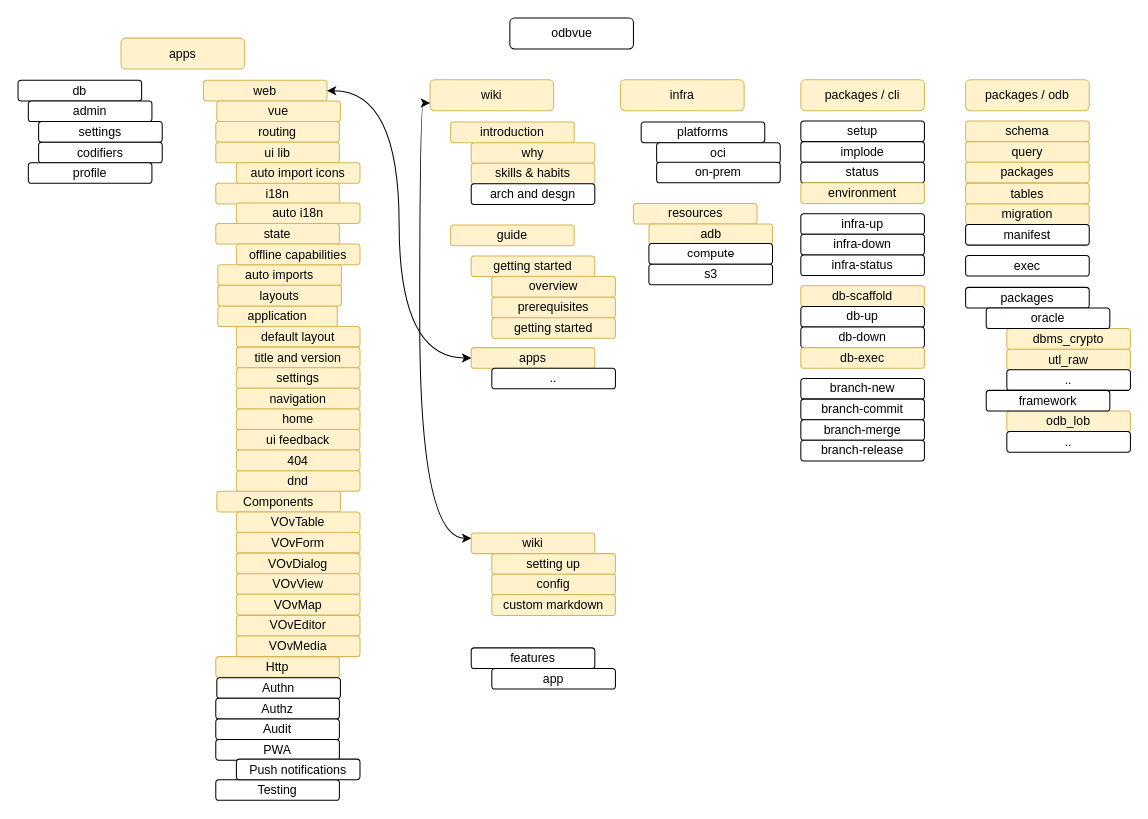
odbvue/odbvue keeps this draw.io diagram as wiki/roadmap.drawio. Above is the earlier version. Source tidied: cells renumbered, new cells numbered last; positions are measured from the earlier drawing's top-left corner, leaving out a move shared by most shapes. Both pictures are drawn from the tidied source at 103%, with x=0, y=0 at pixel (18, 18).
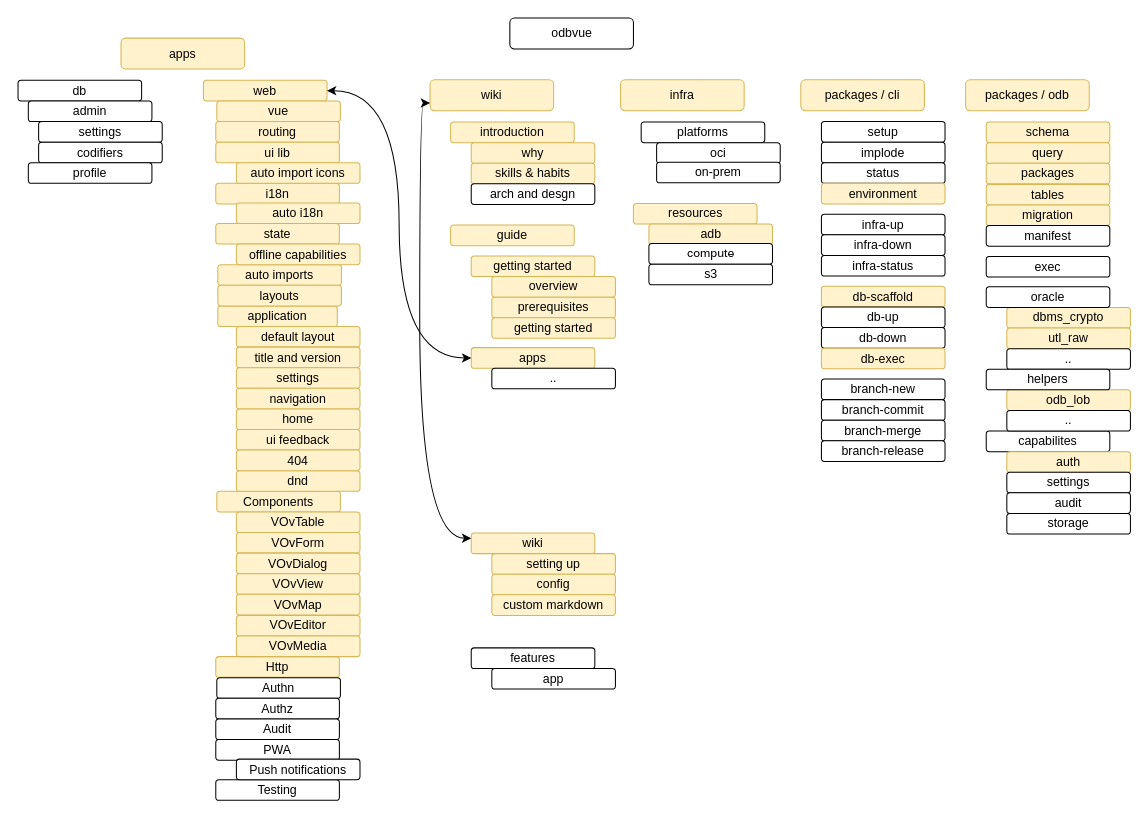
After the change.

Change to the diagram source:
```diff
@@
     <mxCell id="8" value="setup" style="rounded=1;whiteSpace=wrap;html=1;" parent="1" vertex="1">
-      <mxGeometry x="760" y="100" width="120" height="20" as="geometry" />
+      <mxGeometry x="780" y="100.5" width="120" height="20" as="geometry" />
     </mxCell>
     <mxCell id="9" value="implode" style="rounded=1;whiteSpace=wrap;html=1;" parent="1" vertex="1">
-      <mxGeometry x="760" y="120" width="120" height="20" as="geometry" />
+      <mxGeometry x="780" y="120.5" width="120" height="20" as="geometry" />
     </mxCell>
     <mxCell id="10" value="status" style="rounded=1;whiteSpace=wrap;html=1;" parent="1" vertex="1">
-      <mxGeometry x="760" y="140" width="120" height="20" as="geometry" />
+      <mxGeometry x="780" y="140.5" width="120" height="20" as="geometry" />
     </mxCell>
     <mxCell id="11" value="infra-up" style="rounded=1;whiteSpace=wrap;html=1;" parent="1" vertex="1">
-      <mxGeometry x="760" y="190" width="120" height="20" as="geometry" />
+      <mxGeometry x="780" y="190.5" width="120" height="20" as="geometry" />
     </mxCell>
     <mxCell id="12" value="infra-down" style="rounded=1;whiteSpace=wrap;html=1;" parent="1" vertex="1">
-      <mxGeometry x="760" y="210" width="120" height="20" as="geometry" />
+      <mxGeometry x="780" y="210.5" width="120" height="20" as="geometry" />
     </mxCell>
     <mxCell id="13" value="infra-status" style="rounded=1;whiteSpace=wrap;html=1;" parent="1" vertex="1">
-      <mxGeometry x="760" y="230" width="120" height="20" as="geometry" />
+      <mxGeometry x="780" y="230.5" width="120" height="20" as="geometry" />
     </mxCell>
     <mxCell id="14" value="db-scaffold" style="rounded=1;whiteSpace=wrap;html=1;fillColor=#fff2cc;strokeColor=#d6b656;" parent="1" vertex="1">
-      <mxGeometry x="760" y="260" width="120" height="20" as="geometry" />
+      <mxGeometry x="780" y="260.5" width="120" height="20" as="geometry" />
     </mxCell>
     <mxCell id="15" value="db-up" style="rounded=1;whiteSpace=wrap;html=1;" parent="1" vertex="1">
-      <mxGeometry x="760" y="280" width="120" height="20" as="geometry" />
+      <mxGeometry x="780" y="280.5" width="120" height="20" as="geometry" />
     </mxCell>
     <mxCell id="16" value="db-down" style="rounded=1;whiteSpace=wrap;html=1;" parent="1" vertex="1">
-      <mxGeometry x="760" y="300" width="120" height="20" as="geometry" />
+      <mxGeometry x="780" y="300.5" width="120" height="20" as="geometry" />
     </mxCell>
     <mxCell id="17" value="environment" style="rounded=1;whiteSpace=wrap;html=1;fillColor=#fff2cc;strokeColor=#d6b656;" parent="1" vertex="1">
-      <mxGeometry x="760" y="160" width="120" height="20" as="geometry" />
+      <mxGeometry x="780" y="160.5" width="120" height="20" as="geometry" />
     </mxCell>
     <mxCell id="18" value="db-exec" style="rounded=1;whiteSpace=wrap;html=1;fillColor=#fff2cc;strokeColor=#d6b656;" parent="1" vertex="1">
-      <mxGeometry x="760" y="320" width="120" height="20" as="geometry" />
+      <mxGeometry x="780" y="320.5" width="120" height="20" as="geometry" />
     </mxCell>
     <mxCell id="19" value="branch-new" style="rounded=1;whiteSpace=wrap;html=1;" parent="1" vertex="1">
-      <mxGeometry x="760" y="350" width="120" height="20" as="geometry" />
+      <mxGeometry x="780" y="350.5" width="120" height="20" as="geometry" />
     </mxCell>
     <mxCell id="20" value="branch-commit" style="rounded=1;whiteSpace=wrap;html=1;" parent="1" vertex="1">
-      <mxGeometry x="760" y="370" width="120" height="20" as="geometry" />
+      <mxGeometry x="780" y="370.5" width="120" height="20" as="geometry" />
     </mxCell>
     <mxCell id="21" value="branch-merge" style="rounded=1;whiteSpace=wrap;html=1;" parent="1" vertex="1">
-      <mxGeometry x="760" y="390" width="120" height="20" as="geometry" />
+      <mxGeometry x="780" y="390.5" width="120" height="20" as="geometry" />
     </mxCell>
     <mxCell id="22" value="branch-release" style="rounded=1;whiteSpace=wrap;html=1;" parent="1" vertex="1">
-      <mxGeometry x="760" y="410" width="120" height="20" as="geometry" />
+      <mxGeometry x="780" y="410.5" width="120" height="20" as="geometry" />
     </mxCell>
     <mxCell id="23" value="schema" style="rounded=1;whiteSpace=wrap;html=1;fillColor=#fff2cc;strokeColor=#d6b656;" parent="1" vertex="1">
-      <mxGeometry x="920" y="100" width="120" height="20" as="geometry" />
+      <mxGeometry x="940" y="101" width="120" height="20" as="geometry" />
     </mxCell>
     <mxCell id="24" value="query" style="rounded=1;whiteSpace=wrap;html=1;fillColor=#fff2cc;strokeColor=#d6b656;" parent="1" vertex="1">
-      <mxGeometry x="920" y="120" width="120" height="20" as="geometry" />
+      <mxGeometry x="940" y="121" width="120" height="20" as="geometry" />
     </mxCell>
-    <mxCell id="25" value="packages" style="rounded=1;whiteSpace=wrap;html=1;" parent="1" vertex="1">
-      <mxGeometry x="920" y="261.5" width="120" height="20" as="geometry" />
+    <mxCell id="25" value="capabilites" style="rounded=1;whiteSpace=wrap;html=1;" parent="1" vertex="1">
+      <mxGeometry x="940" y="401" width="120" height="20" as="geometry" />
     </mxCell>
     <mxCell id="26" value="tables" style="rounded=1;whiteSpace=wrap;html=1;fillColor=#fff2cc;strokeColor=#d6b656;" parent="1" vertex="1">
-      <mxGeometry x="920" y="160.5" width="120" height="20" as="geometry" />
+      <mxGeometry x="940" y="161.5" width="120" height="20" as="geometry" />
     </mxCell>
     <mxCell id="27" value="migration" style="rounded=1;whiteSpace=wrap;html=1;fillColor=#fff2cc;strokeColor=#d6b656;" parent="1" vertex="1">
-      <mxGeometry x="920" y="180.5" width="120" height="20" as="geometry" />
+      <mxGeometry x="940" y="181.5" width="120" height="20" as="geometry" />
     </mxCell>
     <mxCell id="28" value="manifest" style="rounded=1;whiteSpace=wrap;html=1;" parent="1" vertex="1">
-      <mxGeometry x="920" y="200.5" width="120" height="20" as="geometry" />
+      <mxGeometry x="940" y="201.5" width="120" height="20" as="geometry" />
     </mxCell>
     <mxCell id="29" value="packages" style="rounded=1;whiteSpace=wrap;html=1;fillColor=#fff2cc;strokeColor=#d6b656;" parent="1" vertex="1">
-      <mxGeometry x="920" y="140" width="120" height="20" as="geometry" />
+      <mxGeometry x="940" y="141" width="120" height="20" as="geometry" />
     </mxCell>
     <mxCell id="30" value="exec" style="rounded=1;whiteSpace=wrap;html=1;" parent="1" vertex="1">
-      <mxGeometry x="920" y="230.5" width="120" height="20" as="geometry" />
+      <mxGeometry x="940" y="231.5" width="120" height="20" as="geometry" />
     </mxCell>
     <mxCell id="31" value="dbms_crypto" style="rounded=1;whiteSpace=wrap;html=1;fillColor=#fff2cc;strokeColor=#d6b656;" parent="1" vertex="1">
-      <mxGeometry x="960" y="301.5" width="120" height="20" as="geometry" />
+      <mxGeometry x="960" y="281" width="120" height="20" as="geometry" />
     </mxCell>
     <mxCell id="32" value="utl_raw" style="rounded=1;whiteSpace=wrap;html=1;fillColor=#fff2cc;strokeColor=#d6b656;" parent="1" vertex="1">
-      <mxGeometry x="960" y="321.5" width="120" height="20" as="geometry" />
+      <mxGeometry x="960" y="301" width="120" height="20" as="geometry" />
     </mxCell>
     <mxCell id="33" value=".." style="rounded=1;whiteSpace=wrap;html=1;" parent="1" vertex="1">
-      <mxGeometry x="960" y="341.5" width="120" height="20" as="geometry" />
+      <mxGeometry x="960" y="321" width="120" height="20" as="geometry" />
     </mxCell>
@@
     <mxCell id="100" value="oracle" style="rounded=1;whiteSpace=wrap;html=1;" parent="1" vertex="1">
-      <mxGeometry x="940" y="281.5" width="120" height="20" as="geometry" />
+      <mxGeometry x="940" y="261" width="120" height="20" as="geometry" />
     </mxCell>
     <mxCell id="101" value="odb_lob" style="rounded=1;whiteSpace=wrap;html=1;fillColor=#fff2cc;strokeColor=#d6b656;" parent="1" vertex="1">
-      <mxGeometry x="960" y="381.5" width="120" height="20" as="geometry" />
+      <mxGeometry x="960" y="361" width="120" height="20" as="geometry" />
     </mxCell>
     <mxCell id="102" value=".." style="rounded=1;whiteSpace=wrap;html=1;" parent="1" vertex="1">
-      <mxGeometry x="960" y="401.5" width="120" height="20" as="geometry" />
+      <mxGeometry x="960" y="381" width="120" height="20" as="geometry" />
     </mxCell>
-    <mxCell id="103" value="framework" style="rounded=1;whiteSpace=wrap;html=1;" parent="1" vertex="1">
-      <mxGeometry x="940" y="361.5" width="120" height="20" as="geometry" />
+    <mxCell id="103" value="helpers" style="rounded=1;whiteSpace=wrap;html=1;" parent="1" vertex="1">
+      <mxGeometry x="940" y="341" width="120" height="20" as="geometry" />
     </mxCell>
+    <mxCell id="104" value="auth" style="rounded=1;whiteSpace=wrap;html=1;fillColor=#fff2cc;strokeColor=#d6b656;" parent="1" vertex="1">
+      <mxGeometry x="960" y="421" width="120" height="20" as="geometry" />
+    </mxCell>
+    <mxCell id="105" value="settings" style="rounded=1;whiteSpace=wrap;html=1;" parent="1" vertex="1">
+      <mxGeometry x="960" y="441" width="120" height="20" as="geometry" />
+    </mxCell>
+    <mxCell id="106" value="audit" style="rounded=1;whiteSpace=wrap;html=1;" parent="1" vertex="1">
+      <mxGeometry x="960" y="461" width="120" height="20" as="geometry" />
+    </mxCell>
+    <mxCell id="107" value="storage" style="rounded=1;whiteSpace=wrap;html=1;" parent="1" vertex="1">
+      <mxGeometry x="960" y="481" width="120" height="20" as="geometry" />
+    </mxCell>
```
